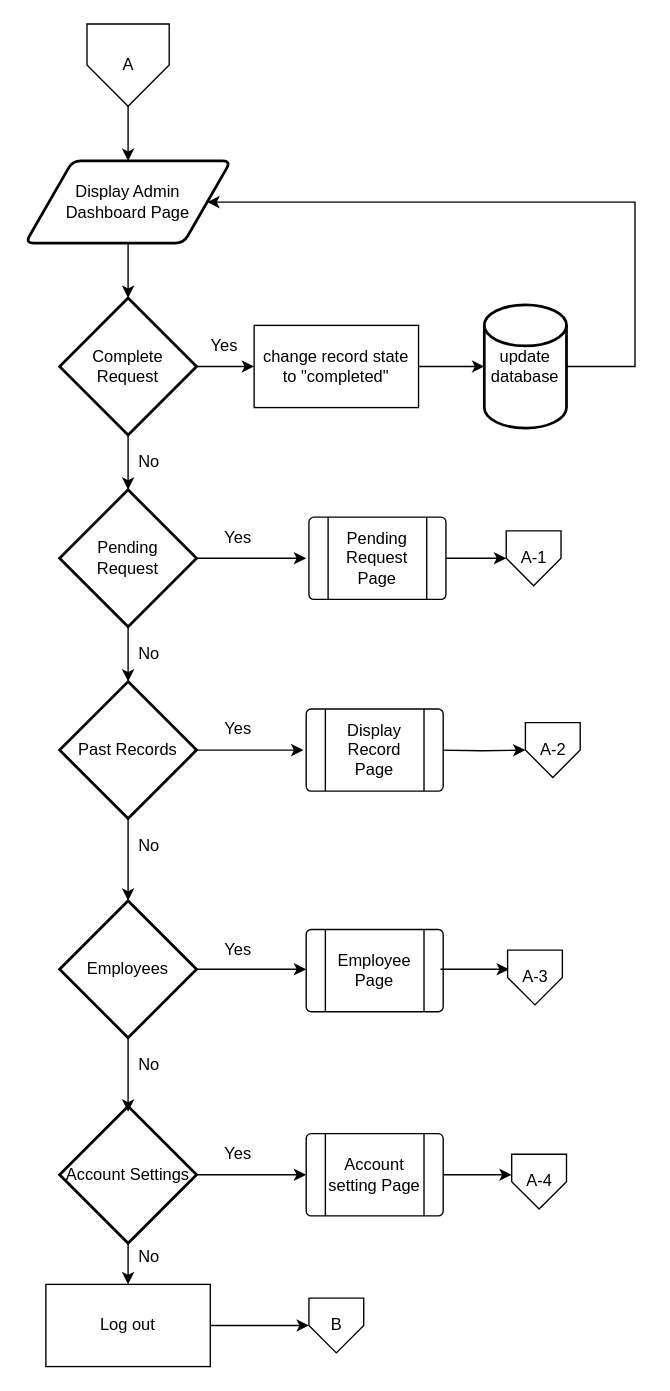
Above: page "(A) Admin Dashboard Page" (2 of 9) of Flowchart.drawio in justpaulmiguel/Web1Proj (draw.io), before the change. Source tidied: cells renumbered, new cells numbered last; positions are measured from the earlier drawing's top-left corner, leaving out a move shared by most shapes. Both pictures are drawn from the tidied source at 137%, with x=0, y=0 at pixel (25, 23).
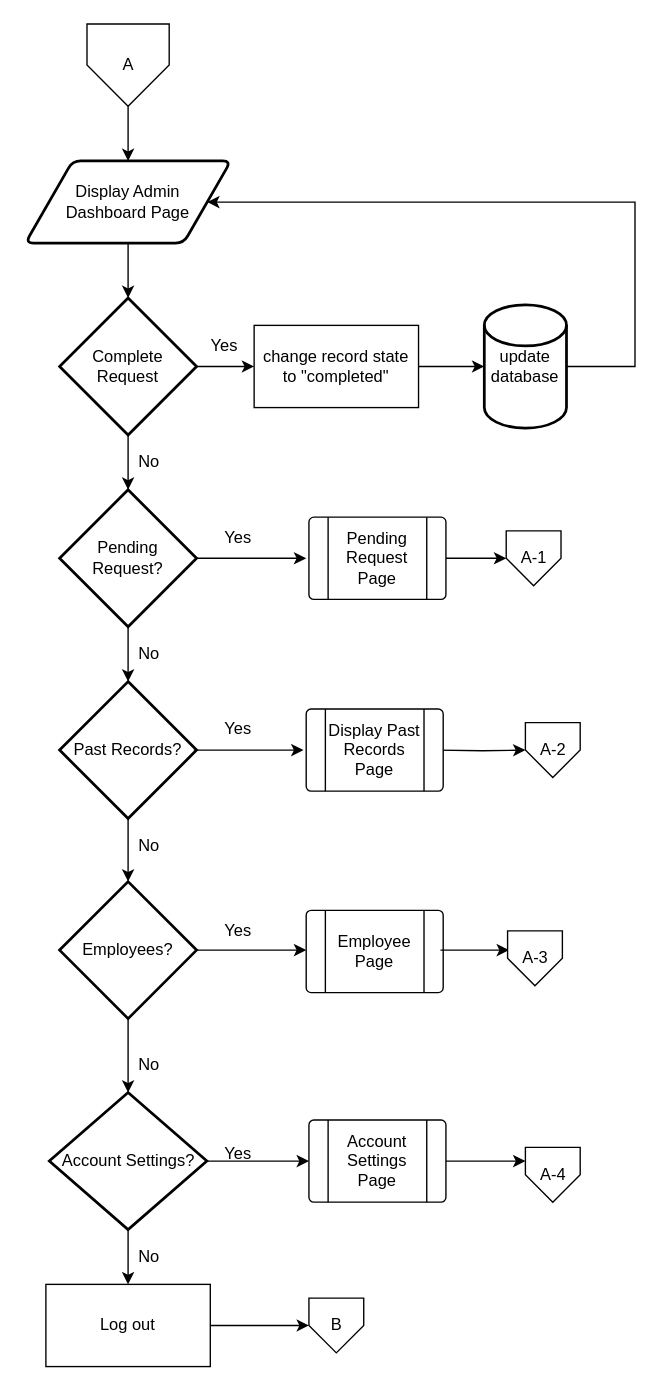
Above is the later version.

What changed in the source:
```diff
@@
-    <mxCell id="4" value="Pending&lt;br&gt;Request" style="strokeWidth=2;html=1;shape=mxgraph.flowchart.decision;whiteSpace=wrap;fillColor=default;gradientColor=none;" parent="1" vertex="1">
+    <mxCell id="4" value="Pending&lt;br&gt;Request?" style="strokeWidth=2;html=1;shape=mxgraph.flowchart.decision;whiteSpace=wrap;fillColor=default;gradientColor=none;" parent="1" vertex="1">
       <mxGeometry x="25" y="340" width="100" height="100" as="geometry" />
     </mxCell>
-    <mxCell id="5" value="Past Records" style="strokeWidth=2;html=1;shape=mxgraph.flowchart.decision;whiteSpace=wrap;fillColor=default;gradientColor=none;" parent="1" vertex="1">
+    <mxCell id="5" value="Past Records?" style="strokeWidth=2;html=1;shape=mxgraph.flowchart.decision;whiteSpace=wrap;fillColor=default;gradientColor=none;" parent="1" vertex="1">
       <mxGeometry x="25" y="480" width="100" height="100" as="geometry" />
     </mxCell>
-    <mxCell id="6" value="Employees" style="strokeWidth=2;html=1;shape=mxgraph.flowchart.decision;whiteSpace=wrap;fillColor=default;gradientColor=none;" parent="1" vertex="1">
-      <mxGeometry x="25" y="640" width="100" height="100" as="geometry" />
+    <mxCell id="6" value="Employees?" style="strokeWidth=2;html=1;shape=mxgraph.flowchart.decision;whiteSpace=wrap;fillColor=default;gradientColor=none;" parent="1" vertex="1">
+      <mxGeometry x="25" y="626" width="100" height="100" as="geometry" />
     </mxCell>
-    <mxCell id="7" style="edgeStyle=orthogonalEdgeStyle;rounded=0;jettySize=auto;html=1;exitX=1;exitY=0.5;exitDx=0;exitDy=0;exitPerimeter=0;" parent="1" edge="1" source="8">
-      <mxGeometry relative="1" as="geometry">
-        <mxPoint x="205" y="840" as="targetPoint" />
-      </mxGeometry>
+    <mxCell id="7" style="edgeStyle=orthogonalEdgeStyle;rounded=0;jettySize=auto;html=1;exitX=1;exitY=0.5;exitDx=0;exitDy=0;exitPerimeter=0;entryX=0;entryY=0.5;entryDx=0;entryDy=0;" parent="1" edge="1" source="8" target="17">
+      <mxGeometry relative="1" as="geometry" />
     </mxCell>
-    <mxCell id="8" value="Account Settings" style="strokeWidth=2;html=1;shape=mxgraph.flowchart.decision;whiteSpace=wrap;fillColor=default;gradientColor=none;" parent="1" vertex="1">
-      <mxGeometry x="25" y="790" width="100" height="100" as="geometry" />
+    <mxCell id="8" value="Account Settings?" style="strokeWidth=2;html=1;shape=mxgraph.flowchart.decision;whiteSpace=wrap;fillColor=default;gradientColor=none;" parent="1" vertex="1">
+      <mxGeometry x="17.5" y="780" width="115" height="100" as="geometry" />
     </mxCell>
@@
-    <mxCell id="11" style="endArrow=classic;html=1;rounded=0;entryX=0.5;entryY=0;entryDx=0;entryDy=0;entryPerimeter=0;exitX=0.5;exitY=1;exitDx=0;exitDy=0;exitPerimeter=0;" parent="1" edge="1" source="6">
-      <mxGeometry relative="1" as="geometry">
-        <mxPoint x="75" y="794" as="targetPoint" />
-      </mxGeometry>
-    </mxCell>
@@
-    <mxCell id="14" style="endArrow=classic;html=1;rounded=0;" parent="1" edge="1">
+    <mxCell id="14" style="endArrow=classic;html=1;rounded=0;exitX=0.5;exitY=1;exitDx=0;exitDy=0;exitPerimeter=0;" parent="1" edge="1" source="8">
       <mxGeometry relative="1" as="geometry">
-        <mxPoint x="75" y="890" as="sourcePoint" />
         <mxPoint x="75" y="920" as="targetPoint" />
       </mxGeometry>
     </mxCell>
@@
-    <mxCell id="16" style="edgeStyle=orthogonalEdgeStyle;rounded=0;jettySize=auto;html=1;exitX=1;exitY=0.5;exitDx=0;exitDy=0;" parent="1" edge="1" source="17">
-      <mxGeometry relative="1" as="geometry">
-        <mxPoint x="355" y="840" as="targetPoint" />
-      </mxGeometry>
+    <mxCell id="16" style="edgeStyle=orthogonalEdgeStyle;rounded=0;jettySize=auto;html=1;exitX=1;exitY=0.5;exitDx=0;exitDy=0;entryX=0;entryY=0.25;entryDx=0;entryDy=0;" parent="1" edge="1" source="17" target="18">
+      <mxGeometry relative="1" as="geometry" />
     </mxCell>
-    <mxCell id="17" value="Account setting Page" style="verticalLabelPosition=middle;verticalAlign=middle;html=1;shape=process;whiteSpace=wrap;rounded=1;size=0.14;arcSize=6;labelPosition=center;align=center;" parent="1" vertex="1">
-      <mxGeometry x="205" y="810" width="100" height="60" as="geometry" />
+    <mxCell id="17" value="Account Settings Page" style="verticalLabelPosition=middle;verticalAlign=middle;html=1;shape=process;whiteSpace=wrap;rounded=1;size=0.14;arcSize=6;labelPosition=center;align=center;" parent="1" vertex="1">
+      <mxGeometry x="207" y="800" width="100" height="60" as="geometry" />
     </mxCell>
     <mxCell id="18" value="A-4" style="verticalLabelPosition=middle;verticalAlign=middle;html=1;shape=offPageConnector;rounded=0;size=0.5;labelPosition=center;align=center;" parent="1" vertex="1">
-      <mxGeometry x="355" y="825" width="40" height="40" as="geometry" />
+      <mxGeometry x="365" y="820" width="40" height="40" as="geometry" />
     </mxCell>
     <mxCell id="19" style="edgeStyle=orthogonalEdgeStyle;rounded=0;orthogonalLoop=1;jettySize=auto;html=1;exitX=1;exitY=0.5;exitDx=0;exitDy=0;exitPerimeter=0;" parent="1" edge="1">
       <mxGeometry relative="1" as="geometry">
-        <mxPoint x="125" y="690" as="sourcePoint" />
-        <mxPoint x="205" y="690" as="targetPoint" />
+        <mxPoint x="125" y="676" as="sourcePoint" />
+        <mxPoint x="205" y="676" as="targetPoint" />
       </mxGeometry>
     </mxCell>
     <mxCell id="20" value="Employee&lt;br&gt;Page" style="verticalLabelPosition=middle;verticalAlign=middle;html=1;shape=process;whiteSpace=wrap;rounded=1;size=0.14;arcSize=6;labelPosition=center;align=center;" parent="1" vertex="1">
-      <mxGeometry x="205" y="661" width="100" height="60" as="geometry" />
+      <mxGeometry x="205" y="647" width="100" height="60" as="geometry" />
     </mxCell>
     <mxCell id="21" style="edgeStyle=orthogonalEdgeStyle;rounded=0;orthogonalLoop=1;jettySize=auto;html=1;exitX=1;exitY=0.5;exitDx=0;exitDy=0;" parent="1" edge="1">
       <mxGeometry relative="1" as="geometry">
-        <mxPoint x="303" y="690" as="sourcePoint" />
-        <mxPoint x="353" y="690" as="targetPoint" />
+        <mxPoint x="303" y="676" as="sourcePoint" />
+        <mxPoint x="353" y="676" as="targetPoint" />
         <Array as="points">
-          <mxPoint x="334" y="690" />
-          <mxPoint x="334" y="690" />
+          <mxPoint x="334" y="676" />
+          <mxPoint x="334" y="676" />
         </Array>
       </mxGeometry>
     </mxCell>
     <mxCell id="22" value="A-3" style="verticalLabelPosition=middle;verticalAlign=middle;html=1;shape=offPageConnector;rounded=0;size=0.5;labelPosition=center;align=center;" parent="1" vertex="1">
-      <mxGeometry x="352" y="676" width="40" height="40" as="geometry" />
+      <mxGeometry x="352" y="662" width="40" height="40" as="geometry" />
     </mxCell>
@@
-    <mxCell id="39" value="Display Record&lt;br&gt;Page" style="verticalLabelPosition=middle;verticalAlign=middle;html=1;shape=process;whiteSpace=wrap;rounded=1;size=0.14;arcSize=6;labelPosition=center;align=center;" parent="1" vertex="1">
+    <mxCell id="39" value="Display Past Records&lt;br&gt;Page" style="verticalLabelPosition=middle;verticalAlign=middle;html=1;shape=process;whiteSpace=wrap;rounded=1;size=0.14;arcSize=6;labelPosition=center;align=center;" parent="1" vertex="1">
       <mxGeometry x="205" y="500" width="100" height="60" as="geometry" />
     </mxCell>
@@
     <mxCell id="43" value="Yes" style="text;html=1;align=center;verticalAlign=middle;strokeColor=none;fillColor=none;" parent="1" vertex="1">
-      <mxGeometry x="135" y="661" width="40" height="30" as="geometry" />
+      <mxGeometry x="135" y="647" width="40" height="30" as="geometry" />
     </mxCell>
@@
-    <mxCell id="46" value="No" style="text;html=1;align=center;verticalAlign=middle;strokeColor=none;fillColor=none;" parent="1" vertex="1">
-      <mxGeometry x="75" y="750" width="30" height="20" as="geometry" />
-    </mxCell>
@@
+    <mxCell id="50" style="edgeStyle=none;html=1;exitX=0.5;exitY=1;exitDx=0;exitDy=0;exitPerimeter=0;entryX=0.5;entryY=0;entryDx=0;entryDy=0;entryPerimeter=0;" parent="1" edge="1" source="6" target="8">
+      <mxGeometry relative="1" as="geometry" />
+    </mxCell>
+    <mxCell id="46" value="No" style="text;html=1;align=center;verticalAlign=middle;strokeColor=none;fillColor=none;" parent="1" vertex="1">
+      <mxGeometry x="75" y="750" width="30" height="20" as="geometry" />
+    </mxCell>
```
